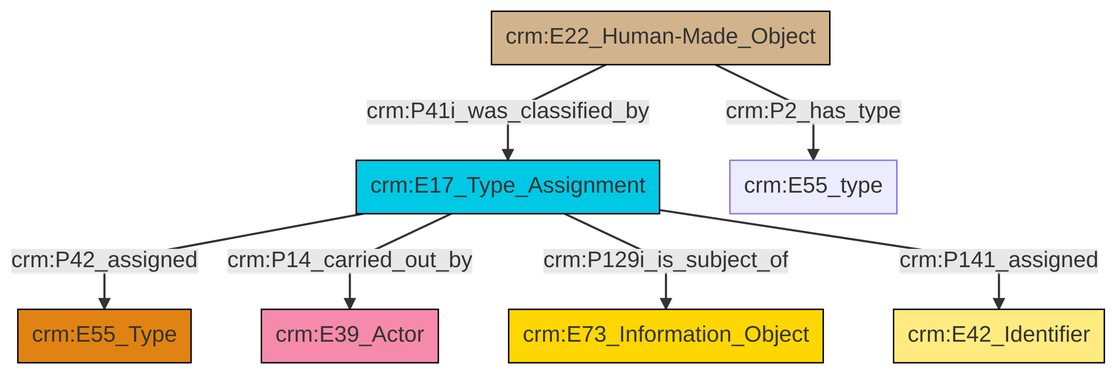
The Mermaid diagram et/builtWorkCSV/ttl/mmd/png/Built_Work_designation_status.png in swiss-art-research-net/docs.swissartresearch, before a commit. Its source is kept beside it as et/builtWorkCSV/ttl/mmd/Built_Work_designation_status.ttl.mmd.
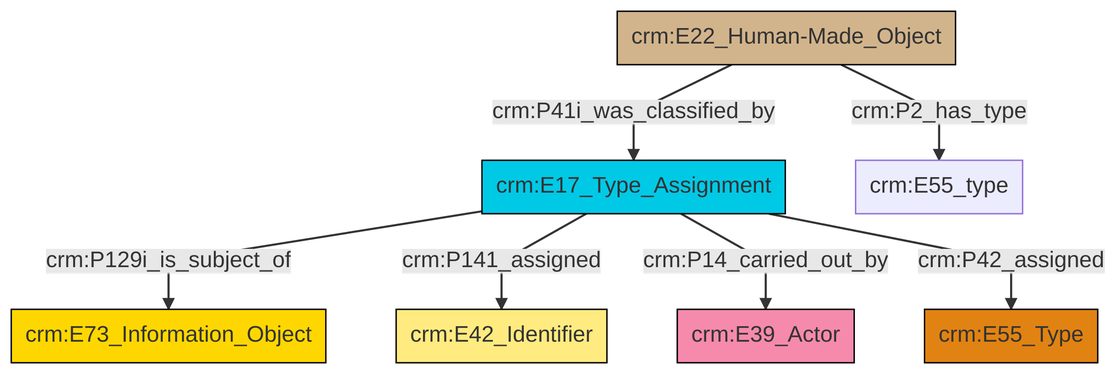
Later version of the same file.

Diff of the diagram source:
```diff
@@ -13,9 +13,9 @@
 classDef PC_Classes fill:#4ce600, stroke:#000000;
 classDef Multi fill:#cccccc,stroke:#000000;
 
-2["crm:E17_Type_Assignment"]:::Temporal_Entity -->|crm:P42_assigned| 0["crm:E55_Type"]:::Type
-2["crm:E17_Type_Assignment"]:::Temporal_Entity -->|crm:P14_carried_out_by| 4["crm:E39_Actor"]:::Actor
-2["crm:E17_Type_Assignment"]:::Temporal_Entity -->|crm:P129i_is_subject_of| 7["crm:E73_Information_Object"]:::Conceptual_Object
-5["crm:E22_Human-Made_Object"]:::Physical_Thing -->|crm:P41i_was_classified_by| 2["crm:E17_Type_Assignment"]:::Temporal_Entity
-5["crm:E22_Human-Made_Object"]:::Physical_Thing -->|crm:P2_has_type| 8["crm:E55_type"]:::Default
-2["crm:E17_Type_Assignment"]:::Temporal_Entity -->|crm:P141_assigned| 12["crm:E42_Identifier"]:::Appellation
+0["crm:E22_Human-Made_Object"]:::Physical_Thing -->|crm:P41i_was_classified_by| 1["crm:E17_Type_Assignment"]:::Temporal_Entity
+0["crm:E22_Human-Made_Object"]:::Physical_Thing -->|crm:P2_has_type| 8["crm:E55_type"]:::Default
+1["crm:E17_Type_Assignment"]:::Temporal_Entity -->|crm:P129i_is_subject_of| 11["crm:E73_Information_Object"]:::Conceptual_Object
+1["crm:E17_Type_Assignment"]:::Temporal_Entity -->|crm:P141_assigned| 2["crm:E42_Identifier"]:::Appellation
+1["crm:E17_Type_Assignment"]:::Temporal_Entity -->|crm:P14_carried_out_by| 9["crm:E39_Actor"]:::Actor
+1["crm:E17_Type_Assignment"]:::Temporal_Entity -->|crm:P42_assigned| 5["crm:E55_Type"]:::Type
```
